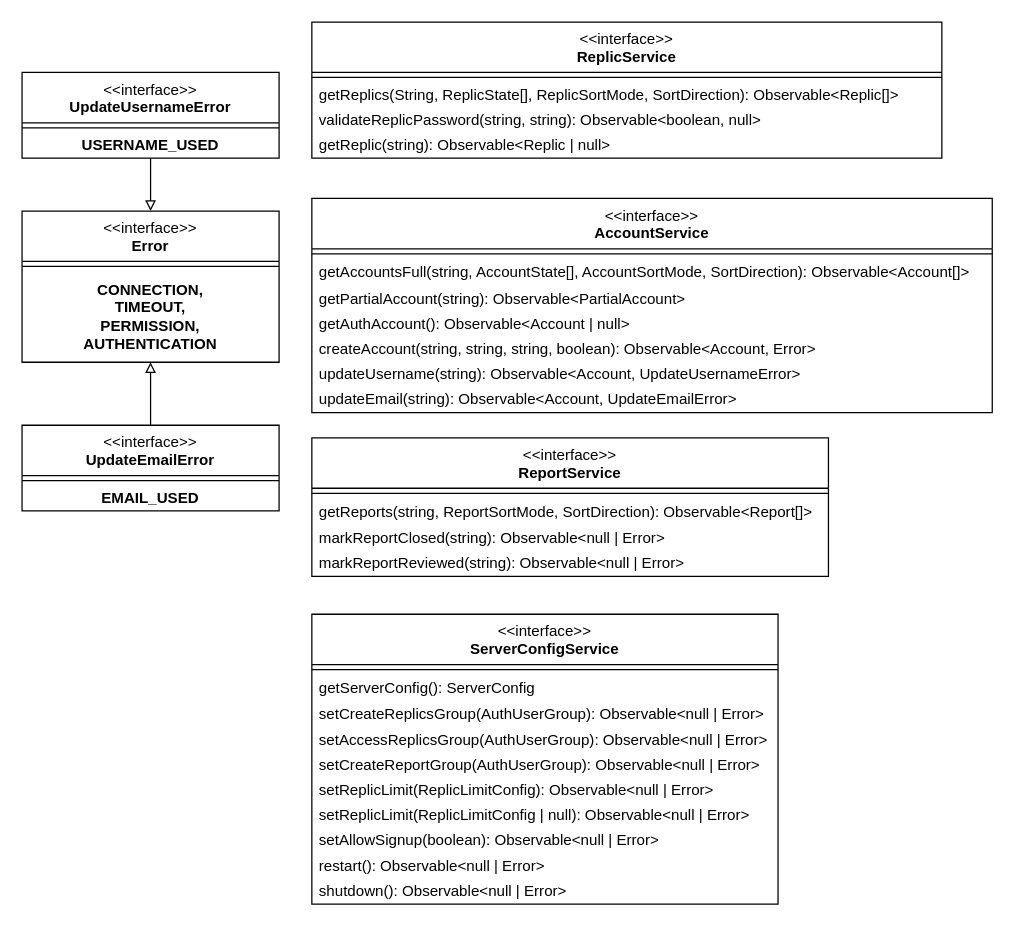
The draw.io diagram content/drawio/class/client/common-data-services.drawio in replic-read/design, before the edit. Source tidied: cells renumbered, new cells numbered last; positions are measured from the earlier drawing's top-left corner, leaving out a move shared by most shapes. Both pictures are drawn from the tidied source at 126%, with x=0, y=0 at pixel (21, 21).
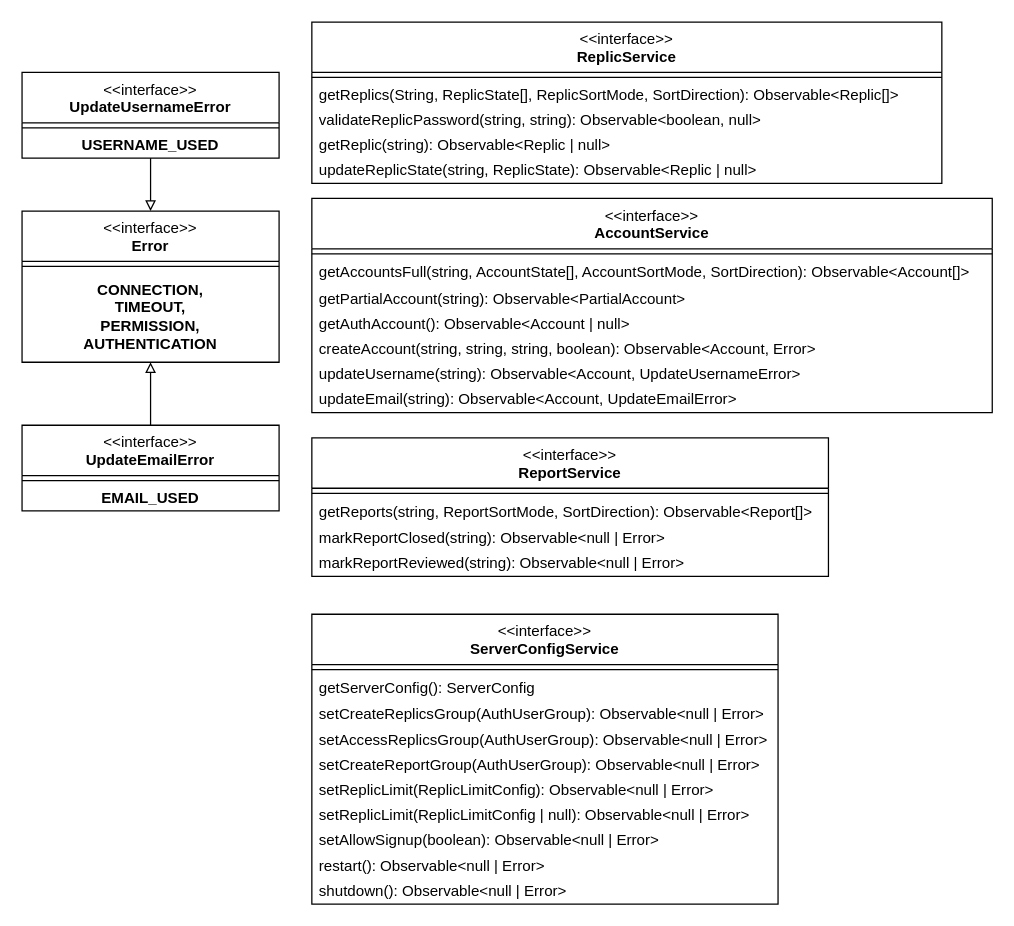
The same diagram, later.

Change to the diagram source:
```diff
@@
     <mxCell id="2" value="&amp;lt;&amp;lt;interface&amp;gt;&amp;gt;&lt;br&gt;&lt;b&gt;ReplicService&lt;/b&gt;&lt;div&gt;&lt;br/&gt;&lt;/div&gt;" style="swimlane;fontStyle=0;align=center;verticalAlign=top;horizontal=1;startSize=40;html=1;whiteSpace=wrap;" parent="1" vertex="1">
-      <mxGeometry x="230" width="500" height="108" as="geometry" />
+      <mxGeometry x="230" width="500" height="128" as="geometry" />
     </mxCell>
@@
+    <mxCell id="42" value="updateReplicState(string, ReplicState): Observable&amp;lt;Replic | null&amp;gt;" style="text;html=1;strokeColor=none;fillColor=none;align=left;verticalAlign=middle;spacingLeft=4;spacingRight=4;overflow=hidden;whiteSpace=wrap;" parent="2" vertex="1">
+      <mxGeometry y="108" width="500" height="20" as="geometry" />
+    </mxCell>
```
